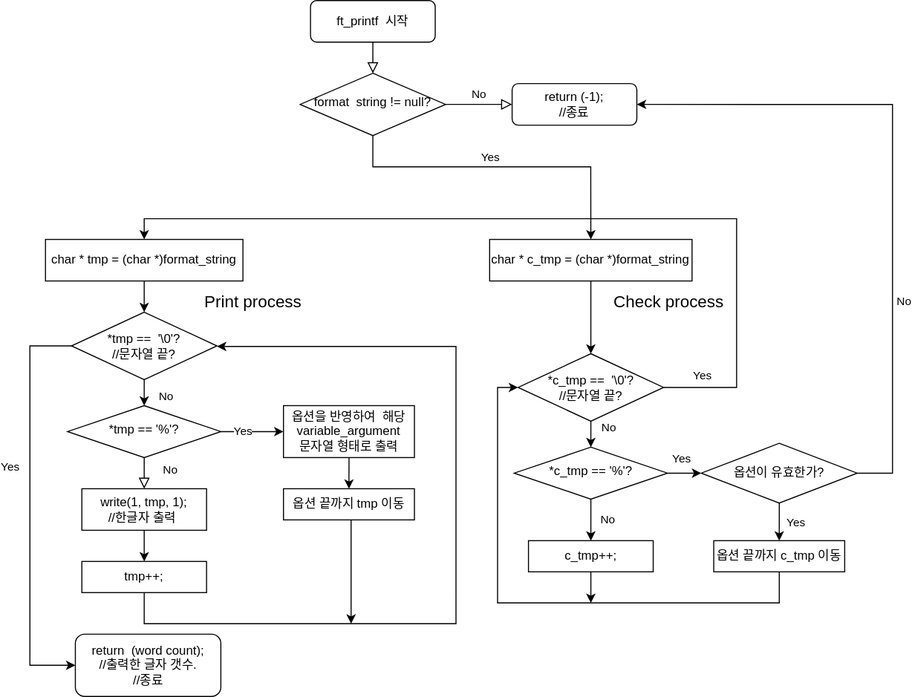
Before: ft_printf/ft_printf_flowchart.svg, a diagram exported from draw.io (hongsam14/42_cursus). Source tidied: cells renumbered, new cells last; positions are measured from the earlier drawing's top-left corner, leaving out a move shared by most shapes.
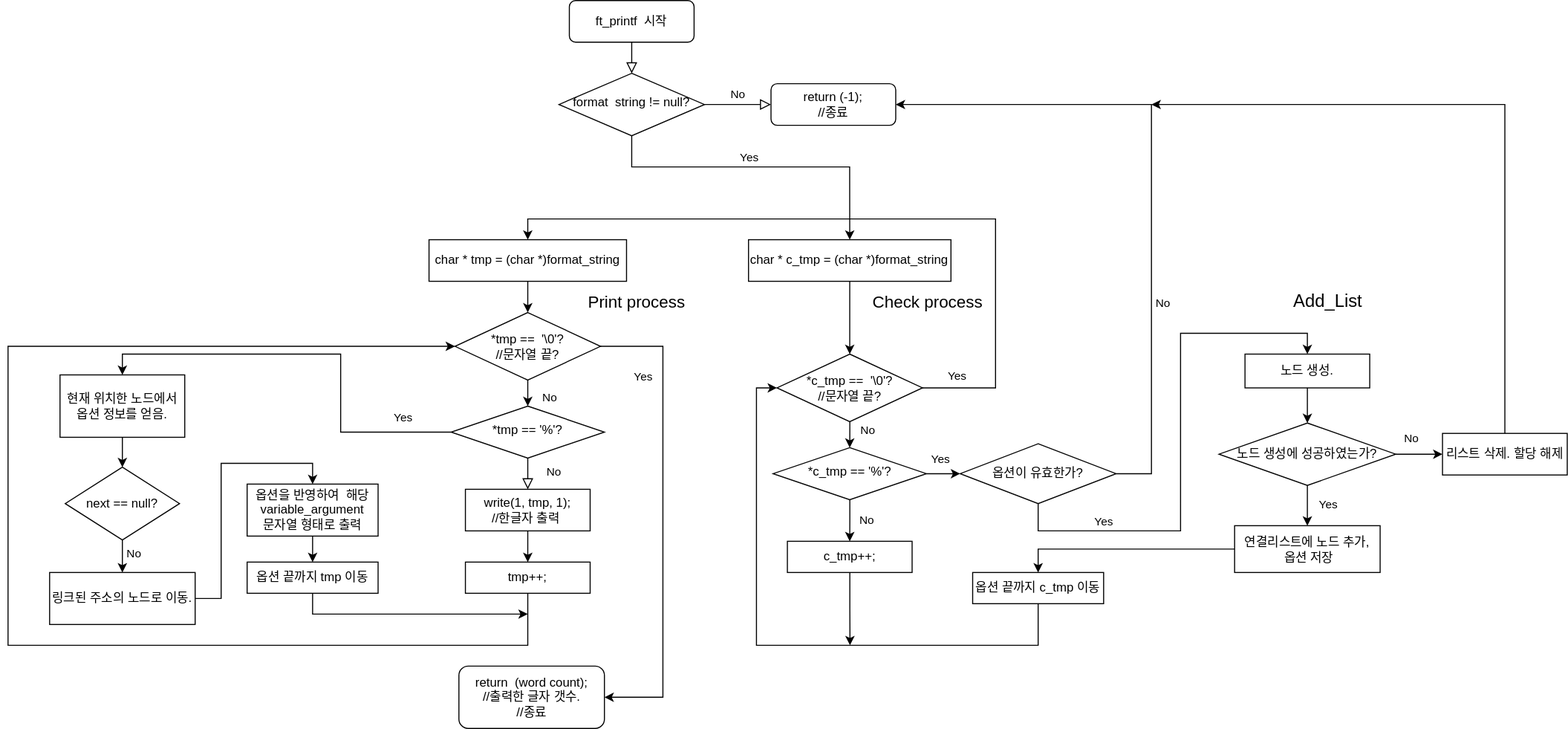
After the commit.

Diff of the diagram source:
```diff
@@ -35,32 +35,43 @@
         <mxPoint x="5" y="3" as="offset" />
       </mxGeometry>
     </mxCell>
-    <mxCell id="10" value="Yes" style="edgeStyle=orthogonalEdgeStyle;rounded=0;jettySize=auto;html=1;entryX=0;entryY=0.5;entryDx=0;entryDy=0;" parent="1" edge="1" source="11" target="30">
-      <mxGeometry x="-0.28" relative="1" as="geometry" />
-    </mxCell>
+    <mxCell id="50" style="edgeStyle=orthogonalEdgeStyle;rounded=0;jettySize=auto;html=1;entryX=0.5;entryY=0;entryDx=0;entryDy=0;" parent="1" edge="1" source="11" target="66">
+      <mxGeometry relative="1" as="geometry">
+        <Array as="points">
+          <mxPoint x="50" y="415" />
+          <mxPoint x="50" y="340" />
+          <mxPoint x="-160" y="340" />
+        </Array>
+      </mxGeometry>
+    </mxCell>
+    <mxCell id="51" value="Yes" style="edgeLabel;html=1;align=center;verticalAlign=middle;" parent="50" vertex="1">
+      <mxGeometry x="-0.85" y="-2" relative="1" as="geometry">
+        <mxPoint x="-15.7" y="-13" as="offset" />
+      </mxGeometry>
+    </mxCell>
     <mxCell id="11" value="*tmp == '%'?" style="rhombus;whiteSpace=wrap;html=1;shadow=0;fontFamily=Helvetica;fontSize=12;align=center;strokeWidth=1;spacing=6;spacingTop=-4;" parent="1" vertex="1">
-      <mxGeometry x="36.2" y="390" width="147.5" height="50" as="geometry" />
+      <mxGeometry x="156.2" y="390" width="147.5" height="50" as="geometry" />
     </mxCell>
     <mxCell id="12" value="return &amp;nbsp;(word count);&lt;br&gt;//출력한 글자 갯수.&lt;br&gt;//종료" style="rounded=1;whiteSpace=wrap;html=1;fontSize=12;glass=0;strokeWidth=1;shadow=0;sketch=0;" parent="1" vertex="1">
-      <mxGeometry x="43.8" y="610" width="140" height="60" as="geometry" />
+      <mxGeometry x="163.8" y="640" width="140" height="60" as="geometry" />
     </mxCell>
     <mxCell id="13" style="edgeStyle=orthogonalEdgeStyle;rounded=0;jettySize=auto;html=1;entryX=0.5;entryY=0;entryDx=0;entryDy=0;" parent="1" edge="1" source="14" target="21">
       <mxGeometry relative="1" as="geometry" />
     </mxCell>
     <mxCell id="14" value="char * tmp = (char *)format_string" style="rounded=0;whiteSpace=wrap;html=1;" parent="1" vertex="1">
-      <mxGeometry x="15" y="230" width="190" height="40" as="geometry" />
+      <mxGeometry x="135" y="230" width="190" height="40" as="geometry" />
     </mxCell>
     <mxCell id="15" style="edgeStyle=orthogonalEdgeStyle;rounded=0;jettySize=auto;html=1;entryX=0.5;entryY=0;entryDx=0;entryDy=0;" parent="1" edge="1" source="16" target="23">
       <mxGeometry relative="1" as="geometry" />
     </mxCell>
     <mxCell id="16" value="&lt;span&gt;write(1, tmp, 1);&lt;/span&gt;&lt;br&gt;&lt;span&gt;//한글자 출력&amp;nbsp;&lt;/span&gt;" style="rounded=0;whiteSpace=wrap;html=1;sketch=0;" parent="1" vertex="1">
-      <mxGeometry x="50" y="470" width="120" height="40" as="geometry" />
+      <mxGeometry x="170" y="470" width="120" height="40" as="geometry" />
     </mxCell>
-    <mxCell id="17" style="edgeStyle=orthogonalEdgeStyle;rounded=0;jettySize=auto;html=1;entryX=0;entryY=0.5;entryDx=0;entryDy=0;exitX=0;exitY=0.5;exitDx=0;exitDy=0;" parent="1" edge="1" source="21" target="12">
+    <mxCell id="17" style="edgeStyle=orthogonalEdgeStyle;rounded=0;jettySize=auto;html=1;entryX=1;entryY=0.5;entryDx=0;entryDy=0;exitX=0;exitY=0.5;exitDx=0;exitDy=0;" parent="1" edge="1" source="21" target="12">
       <mxGeometry relative="1" as="geometry">
         <Array as="points">
-          <mxPoint y="333" />
-          <mxPoint y="640" />
+          <mxPoint x="360" y="333" />
+          <mxPoint x="360" y="670" />
         </Array>
       </mxGeometry>
     </mxCell>
@@ -78,29 +89,20 @@
       </mxGeometry>
     </mxCell>
     <mxCell id="21" value="*tmp == &amp;nbsp;'\0'?&lt;br&gt;//문자열 끝?" style="rhombus;whiteSpace=wrap;html=1;sketch=0;" parent="1" vertex="1">
-      <mxGeometry x="40" y="300" width="140" height="65" as="geometry" />
+      <mxGeometry x="160" y="300" width="140" height="65" as="geometry" />
     </mxCell>
-    <mxCell id="22" style="edgeStyle=orthogonalEdgeStyle;rounded=0;jettySize=auto;html=1;" parent="1" edge="1" source="23">
+    <mxCell id="22" style="edgeStyle=orthogonalEdgeStyle;rounded=0;jettySize=auto;html=1;entryX=0;entryY=0.5;entryDx=0;entryDy=0;" parent="1" edge="1" source="23" target="21">
       <mxGeometry relative="1" as="geometry">
-        <mxPoint x="180" y="333" as="targetPoint" />
         <Array as="points">
-          <mxPoint x="110" y="600" />
-          <mxPoint x="410" y="600" />
-          <mxPoint x="410" y="333" />
+          <mxPoint x="230" y="620" />
+          <mxPoint x="-270" y="620" />
+          <mxPoint x="-270" y="333" />
         </Array>
       </mxGeometry>
     </mxCell>
     <mxCell id="23" value="tmp++;" style="rounded=0;whiteSpace=wrap;html=1;sketch=0;" parent="1" vertex="1">
-      <mxGeometry x="50" y="540" width="120" height="30" as="geometry" />
+      <mxGeometry x="170" y="540" width="120" height="30" as="geometry" />
     </mxCell>
-    <mxCell id="24" style="edgeStyle=orthogonalEdgeStyle;rounded=0;jettySize=auto;html=1;entryX=0.5;entryY=0;entryDx=0;entryDy=0;" parent="1" edge="1" source="28" target="43">
-      <mxGeometry relative="1" as="geometry" />
-    </mxCell>
-    <mxCell id="25" value="Yes" style="edgeLabel;html=1;align=center;verticalAlign=middle;" parent="24" vertex="1">
-      <mxGeometry x="-0.16" y="2" relative="1" as="geometry">
-        <mxPoint x="13" as="offset" />
-      </mxGeometry>
-    </mxCell>
     <mxCell id="26" style="edgeStyle=orthogonalEdgeStyle;rounded=0;jettySize=auto;html=1;entryX=1;entryY=0.5;entryDx=0;entryDy=0;" parent="1" edge="1" source="28" target="8">
       <mxGeometry relative="1" as="geometry">
         <Array as="points">
@@ -114,30 +116,40 @@
         <mxPoint x="11" y="-17.4" as="offset" />
       </mxGeometry>
     </mxCell>
+    <mxCell id="52" style="edgeStyle=orthogonalEdgeStyle;rounded=0;jettySize=auto;html=1;entryX=0.5;entryY=0;entryDx=0;entryDy=0;" parent="1" edge="1" source="28" target="57">
+      <mxGeometry relative="1" as="geometry">
+        <Array as="points">
+          <mxPoint x="721" y="510" />
+          <mxPoint x="858" y="510" />
+          <mxPoint x="858" y="320" />
+          <mxPoint x="980" y="320" />
+        </Array>
+      </mxGeometry>
+    </mxCell>
+    <mxCell id="53" value="Yes" style="edgeLabel;html=1;align=center;verticalAlign=middle;" parent="52" vertex="1">
+      <mxGeometry x="-0.59" relative="1" as="geometry">
+        <mxPoint x="-13.2" y="-9.9" as="offset" />
+      </mxGeometry>
+    </mxCell>
     <mxCell id="28" value="옵션이 유효한가?" style="rhombus;whiteSpace=wrap;html=1;sketch=0;" parent="1" vertex="1">
       <mxGeometry x="646" y="426.2" width="150" height="57.5" as="geometry" />
     </mxCell>
-    <mxCell id="29" style="edgeStyle=orthogonalEdgeStyle;rounded=0;jettySize=auto;html=1;entryX=0.5;entryY=0;entryDx=0;entryDy=0;entryPerimeter=0;" parent="1" edge="1" source="30" target="32">
-      <mxGeometry relative="1" as="geometry">
-        <Array as="points">
-          <mxPoint x="307" y="440" />
-          <mxPoint x="307" y="440" />
-        </Array>
-      </mxGeometry>
+    <mxCell id="29" style="edgeStyle=orthogonalEdgeStyle;rounded=0;jettySize=auto;html=1;entryX=0.5;entryY=0;entryDx=0;entryDy=0;" parent="1" edge="1" source="30" target="32">
+      <mxGeometry relative="1" as="geometry" />
     </mxCell>
     <mxCell id="30" value="옵션을 반영하여 &amp;nbsp;해당&lt;br&gt;variable_argument&lt;br&gt;문자열 형태로 출력" style="rounded=0;whiteSpace=wrap;html=1;sketch=0;" parent="1" vertex="1">
-      <mxGeometry x="244" y="390" width="126" height="50" as="geometry" />
+      <mxGeometry x="-40" y="465" width="126" height="50" as="geometry" />
     </mxCell>
     <mxCell id="31" style="edgeStyle=orthogonalEdgeStyle;rounded=0;jettySize=auto;html=1;" parent="1" edge="1" source="32">
       <mxGeometry relative="1" as="geometry">
-        <mxPoint x="309" y="600" as="targetPoint" />
+        <mxPoint x="230" y="590" as="targetPoint" />
         <Array as="points">
-          <mxPoint x="309" y="600" />
+          <mxPoint x="23" y="590" />
         </Array>
       </mxGeometry>
     </mxCell>
     <mxCell id="32" value="옵션 끝까지 tmp 이동" style="rounded=0;whiteSpace=wrap;html=1;sketch=0;" parent="1" vertex="1">
-      <mxGeometry x="244" y="470" width="126" height="30" as="geometry" />
+      <mxGeometry x="-40" y="540" width="126" height="30" as="geometry" />
     </mxCell>
     <mxCell id="33" style="edgeStyle=orthogonalEdgeStyle;rounded=0;jettySize=auto;html=1;entryX=0;entryY=0.5;entryDx=0;entryDy=0;" parent="1" edge="1" source="36" target="28">
       <mxGeometry relative="1" as="geometry" />
@@ -166,7 +178,7 @@
         <Array as="points">
           <mxPoint x="680" y="373" />
           <mxPoint x="680" y="210" />
-          <mxPoint x="110" y="210" />
+          <mxPoint x="230" y="210" />
         </Array>
       </mxGeometry>
     </mxCell>
@@ -181,18 +193,18 @@
     <mxCell id="42" style="edgeStyle=orthogonalEdgeStyle;rounded=0;jettySize=auto;html=1;entryX=0;entryY=0.5;entryDx=0;entryDy=0;" parent="1" edge="1" source="43" target="41">
       <mxGeometry relative="1" as="geometry">
         <Array as="points">
-          <mxPoint x="721" y="580" />
-          <mxPoint x="450" y="580" />
+          <mxPoint x="721" y="620" />
+          <mxPoint x="450" y="620" />
           <mxPoint x="450" y="373" />
         </Array>
       </mxGeometry>
     </mxCell>
     <mxCell id="43" value="옵션 끝까지 c_tmp 이동" style="rounded=0;whiteSpace=wrap;html=1;sketch=0;" parent="1" vertex="1">
-      <mxGeometry x="658" y="520" width="126" height="30" as="geometry" />
+      <mxGeometry x="658" y="550" width="126" height="30" as="geometry" />
     </mxCell>
     <mxCell id="44" style="edgeStyle=orthogonalEdgeStyle;rounded=0;jettySize=auto;html=1;" parent="1" edge="1" source="45">
       <mxGeometry relative="1" as="geometry">
-        <mxPoint x="539.8" y="580" as="targetPoint" />
+        <mxPoint x="540" y="620" as="targetPoint" />
       </mxGeometry>
     </mxCell>
     <mxCell id="45" value="c_tmp++;" style="rounded=0;whiteSpace=wrap;html=1;sketch=0;" parent="1" vertex="1">
@@ -205,10 +217,73 @@
       <mxGeometry x="442.4" y="230" width="194.8" height="40" as="geometry" />
     </mxCell>
     <mxCell id="48" value="&lt;font style=&quot;font-size: 16px&quot;&gt;Print process&lt;/font&gt;" style="text;html=1;strokeColor=none;fillColor=none;align=center;verticalAlign=middle;whiteSpace=wrap;rounded=0;sketch=0;" parent="1" vertex="1">
-      <mxGeometry x="160" y="270" width="110" height="40" as="geometry" />
+      <mxGeometry x="280" y="270" width="110" height="40" as="geometry" />
     </mxCell>
     <mxCell id="49" value="&lt;font style=&quot;font-size: 16px&quot;&gt;Check process&lt;/font&gt;" style="text;html=1;strokeColor=none;fillColor=none;align=center;verticalAlign=middle;whiteSpace=wrap;rounded=0;sketch=0;" parent="1" vertex="1">
       <mxGeometry x="560" y="270" width="110" height="40" as="geometry" />
     </mxCell>
+    <mxCell id="54" style="edgeStyle=orthogonalEdgeStyle;rounded=0;jettySize=auto;html=1;entryX=0.5;entryY=0;entryDx=0;entryDy=0;" parent="1" edge="1" source="55" target="43">
+      <mxGeometry relative="1" as="geometry" />
+    </mxCell>
+    <mxCell id="55" value="연결리스트에 노드 추가,&lt;br&gt;&amp;nbsp;옵션 저장" style="rounded=0;whiteSpace=wrap;html=1;sketch=0;" parent="1" vertex="1">
+      <mxGeometry x="910" y="505" width="140" height="45" as="geometry" />
+    </mxCell>
+    <mxCell id="56" style="edgeStyle=orthogonalEdgeStyle;rounded=0;jettySize=auto;html=1;entryX=0.5;entryY=0;entryDx=0;entryDy=0;" parent="1" edge="1" source="57" target="61">
+      <mxGeometry relative="1" as="geometry" />
+    </mxCell>
+    <mxCell id="57" value="노드 생성." style="rounded=0;whiteSpace=wrap;html=1;sketch=0;" parent="1" vertex="1">
+      <mxGeometry x="920" y="340" width="120" height="32.5" as="geometry" />
+    </mxCell>
+    <mxCell id="58" style="edgeStyle=orthogonalEdgeStyle;rounded=0;jettySize=auto;html=1;entryX=0;entryY=0.5;entryDx=0;entryDy=0;" parent="1" edge="1" source="61" target="63">
+      <mxGeometry relative="1" as="geometry" />
+    </mxCell>
+    <mxCell id="59" value="No" style="edgeLabel;html=1;align=center;verticalAlign=middle;" parent="58" vertex="1">
+      <mxGeometry x="-0.15" y="5" relative="1" as="geometry">
+        <mxPoint x="-3.8" y="-11.2" as="offset" />
+      </mxGeometry>
+    </mxCell>
+    <mxCell id="60" value="Yes" style="edgeStyle=orthogonalEdgeStyle;rounded=0;jettySize=auto;html=1;entryX=0.5;entryY=0;entryDx=0;entryDy=0;" parent="1" edge="1" source="61" target="55">
+      <mxGeometry x="0.09" y="20" relative="1" as="geometry" />
+    </mxCell>
+    <mxCell id="61" value="노드 생성에 성공하였는가?" style="rhombus;whiteSpace=wrap;html=1;sketch=0;" parent="1" vertex="1">
+      <mxGeometry x="895" y="406.2" width="170" height="60" as="geometry" />
+    </mxCell>
+    <mxCell id="62" style="edgeStyle=orthogonalEdgeStyle;rounded=0;jettySize=auto;html=1;" parent="1" edge="1" source="63">
+      <mxGeometry relative="1" as="geometry">
+        <mxPoint x="830" y="100" as="targetPoint" />
+        <Array as="points">
+          <mxPoint x="1170" y="100" />
+        </Array>
+      </mxGeometry>
+    </mxCell>
+    <mxCell id="63" value="리스트 삭제. 할당 해제" style="rounded=0;whiteSpace=wrap;html=1;sketch=0;" parent="1" vertex="1">
+      <mxGeometry x="1110" y="416.2" width="120" height="40" as="geometry" />
+    </mxCell>
+    <mxCell id="64" value="&lt;font style=&quot;font-size: 17px&quot;&gt;&lt;font style=&quot;font-size: 17px&quot;&gt;Add_Lis&lt;/font&gt;t&lt;/font&gt;" style="text;html=1;strokeColor=none;fillColor=none;align=center;verticalAlign=middle;whiteSpace=wrap;rounded=0;sketch=0;" parent="1" vertex="1">
+      <mxGeometry x="980" y="280" width="40" height="20" as="geometry" />
+    </mxCell>
+    <mxCell id="65" style="edgeStyle=orthogonalEdgeStyle;rounded=0;jettySize=auto;html=1;entryX=0.5;entryY=0;entryDx=0;entryDy=0;" parent="1" edge="1" source="66" target="71">
+      <mxGeometry relative="1" as="geometry" />
+    </mxCell>
+    <mxCell id="66" value="현재 위치한 노드에서 옵션 정보를 얻음." style="rounded=0;whiteSpace=wrap;html=1;sketch=0;" parent="1" vertex="1">
+      <mxGeometry x="-220" y="360" width="120" height="60" as="geometry" />
+    </mxCell>
+    <mxCell id="67" style="edgeStyle=orthogonalEdgeStyle;rounded=0;jettySize=auto;html=1;entryX=0.5;entryY=0;entryDx=0;entryDy=0;" parent="1" edge="1" source="68" target="30">
+      <mxGeometry relative="1" as="geometry" />
+    </mxCell>
+    <mxCell id="68" value="링크된 주소의 노드로 이동." style="rounded=0;whiteSpace=wrap;html=1;sketch=0;" parent="1" vertex="1">
+      <mxGeometry x="-230" y="550" width="140" height="50" as="geometry" />
+    </mxCell>
+    <mxCell id="69" style="edgeStyle=orthogonalEdgeStyle;rounded=0;jettySize=auto;html=1;entryX=0.5;entryY=0;entryDx=0;entryDy=0;" parent="1" edge="1" source="71" target="68">
+      <mxGeometry relative="1" as="geometry" />
+    </mxCell>
+    <mxCell id="70" value="No" style="edgeLabel;html=1;align=center;verticalAlign=middle;" parent="69" vertex="1">
+      <mxGeometry x="0.45" y="2" relative="1" as="geometry">
+        <mxPoint x="8" y="-5" as="offset" />
+      </mxGeometry>
+    </mxCell>
+    <mxCell id="71" value="next == null?" style="rhombus;whiteSpace=wrap;html=1;sketch=0;" parent="1" vertex="1">
+      <mxGeometry x="-215" y="448.8" width="110" height="70" as="geometry" />
+    </mxCell>
   </root>
 </mxGraphModel>
```
